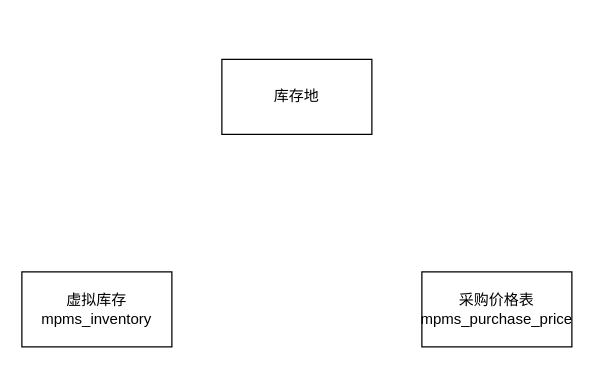
Earlier version of the draw.io diagram 供应链物料库存属性关系.drawio (1846872430/shj_chart). Source tidied: cells renumbered, new cells numbered last; positions are measured from the earlier drawing's top-left corner, leaving out a move shared by most shapes. Both pictures are drawn from the tidied source at 125%, with x=0, y=0 at pixel (21, 59).
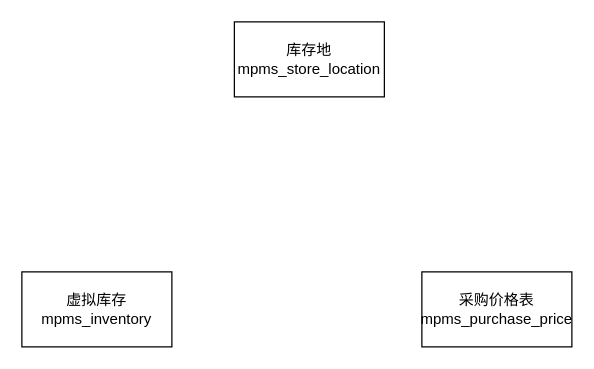
After the change.

Commit message (it also covers changes not shown here):
更新供应链物料库存属性关系.drawio

Diff of the diagram source:
```diff
@@
 <mxGraphModel>
   <root>
     <mxCell id="0" />
     <mxCell id="1" parent="0" />
-    <mxCell id="2" value="库存地" style="rounded=0;whiteSpace=wrap;html=1;" parent="1" vertex="1">
-      <mxGeometry x="160" width="120" height="60" as="geometry" />
+    <mxCell id="2" value="库存地&lt;br&gt;mpms_store_location" style="rounded=0;whiteSpace=wrap;html=1;" parent="1" vertex="1">
+      <mxGeometry x="170" y="-30" width="120" height="60" as="geometry" />
     </mxCell>
     <mxCell id="3" value="虚拟库存&lt;br&gt;mpms_inventory" style="rounded=0;whiteSpace=wrap;html=1;" parent="1" vertex="1">
       <mxGeometry y="170" width="120" height="60" as="geometry" />
     </mxCell>
     <mxCell id="4" value="采购价格表&lt;br&gt;mpms_purchase_price" style="rounded=0;whiteSpace=wrap;html=1;" parent="1" vertex="1">
       <mxGeometry x="320" y="170" width="120" height="60" as="geometry" />
     </mxCell>
   </root>
 </mxGraphModel>
```
